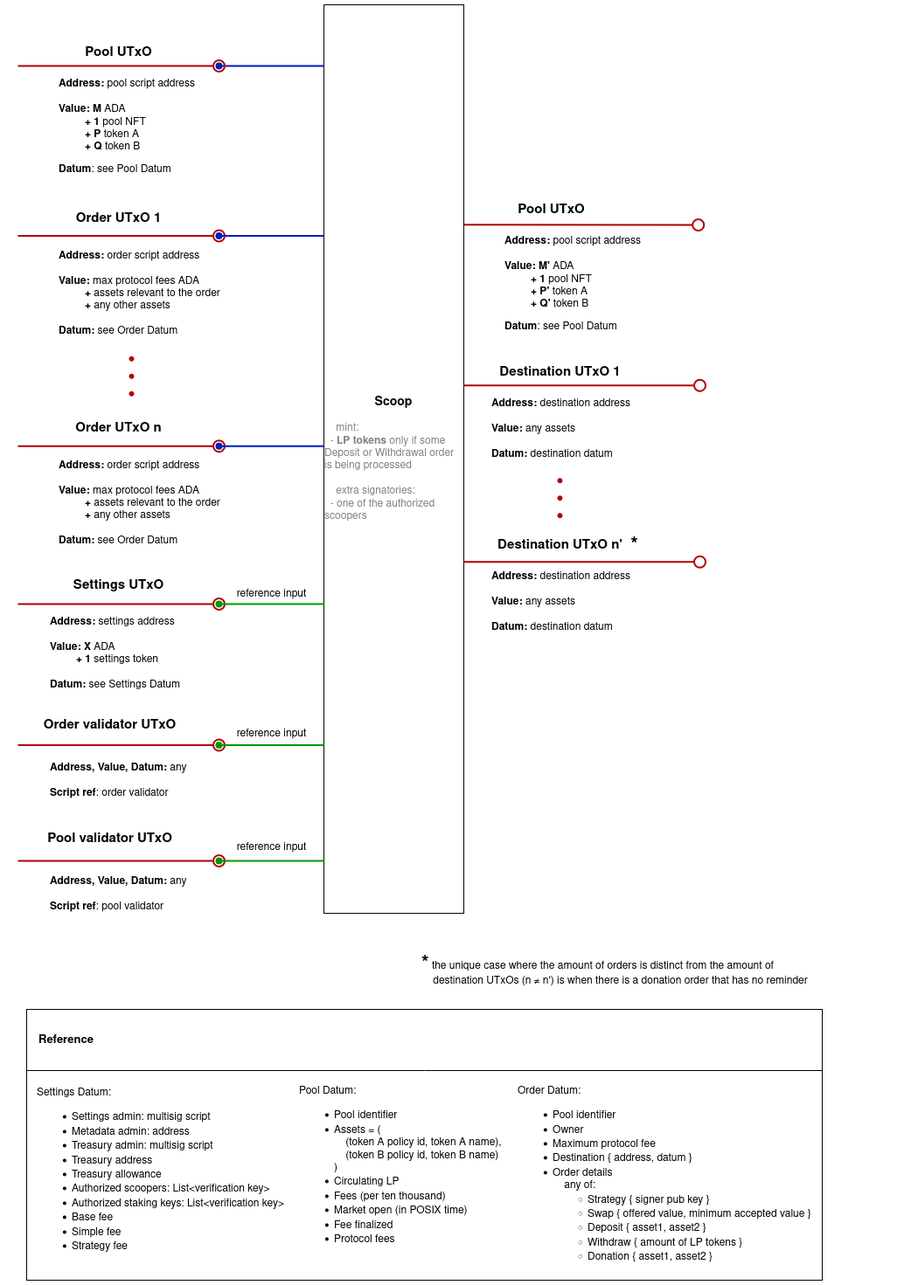
Above: src/img/scoop.png in txpipe-shop/sundae-swap (draw.io), before the change. Source tidied: cells renumbered, new cells last; positions are measured from the earlier drawing's top-left corner, leaving out a move shared by most shapes.
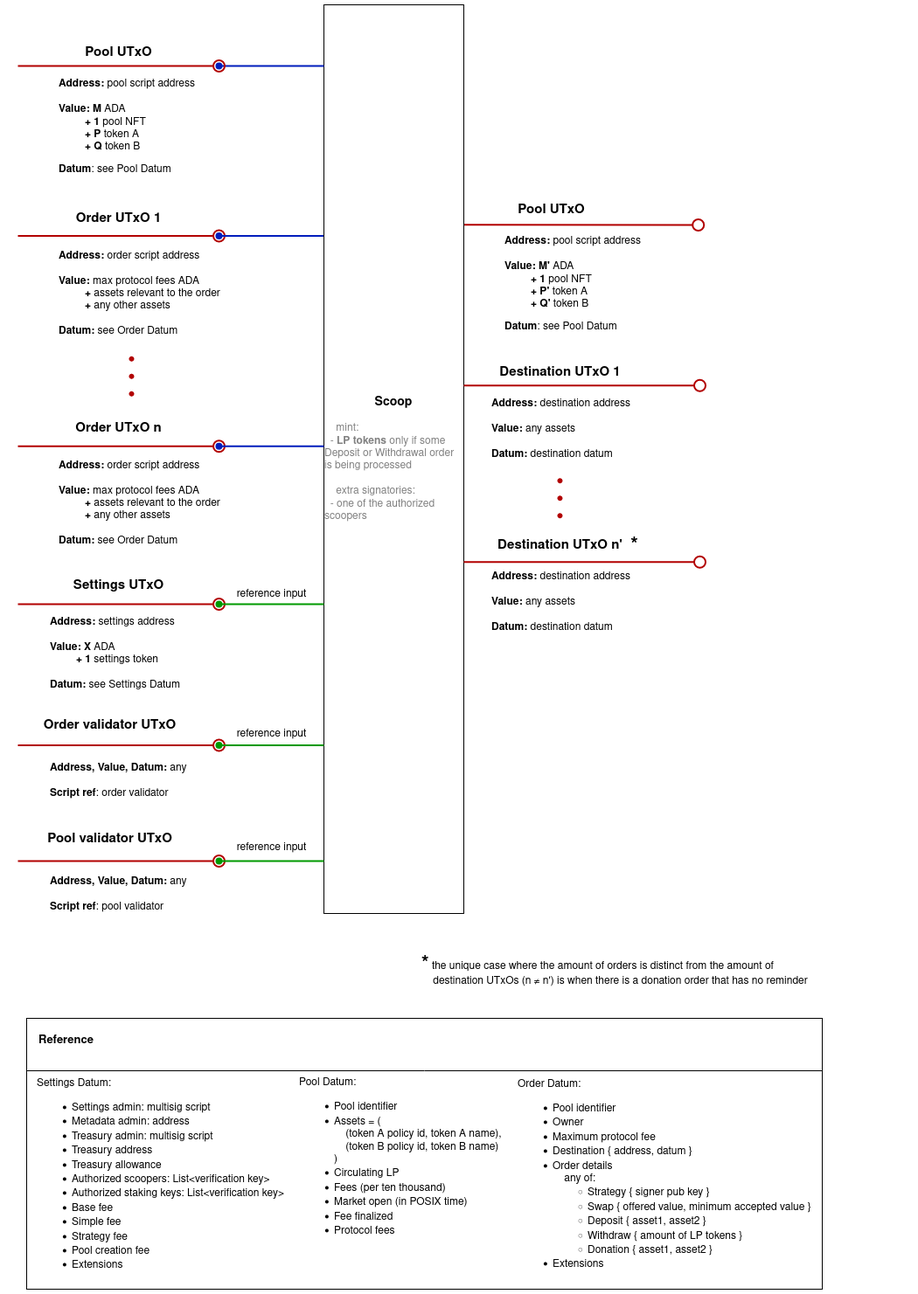
The same file after the commit.

The edit, as a diff of the source:
```diff
@@ -68,8 +68,8 @@
     <mxCell id="17" value="reference input" style="text;html=1;align=center;verticalAlign=middle;strokeColor=none;fillColor=none;" parent="1" vertex="1">
       <mxGeometry x="240" y="660" width="100" height="30" as="geometry" />
     </mxCell>
-    <mxCell id="18" value="Settings Datum:&lt;div align=&quot;left&quot;&gt;&lt;ul&gt;&lt;li&gt;Settings admin: multisig script&lt;br&gt;&lt;/li&gt;&lt;li&gt;Metadata admin: address&lt;/li&gt;&lt;li&gt;Treasury admin: multisig script&lt;/li&gt;&lt;li&gt;Treasury address&lt;/li&gt;&lt;li&gt;Treasury allowance&lt;/li&gt;&lt;li&gt;Authorized scoopers: List&amp;lt;verification key&amp;gt;&lt;/li&gt;&lt;li&gt;Authorized staking keys: List&amp;lt;verification key&amp;gt;&lt;/li&gt;&lt;li&gt;Base fee&lt;/li&gt;&lt;li&gt;Simple fee&lt;/li&gt;&lt;li&gt;Strategy fee&lt;/li&gt;&lt;/ul&gt;&lt;/div&gt;" style="text;html=1;align=left;verticalAlign=middle;strokeColor=none;fillColor=none;" parent="1" vertex="1">
-      <mxGeometry x="20" y="1230" width="310" height="220" as="geometry" />
+    <mxCell id="18" value="Settings Datum:&lt;div align=&quot;left&quot;&gt;&lt;ul&gt;&lt;li&gt;Settings admin: multisig script&lt;br&gt;&lt;/li&gt;&lt;li&gt;Metadata admin: address&lt;/li&gt;&lt;li&gt;Treasury admin: multisig script&lt;/li&gt;&lt;li&gt;Treasury address&lt;/li&gt;&lt;li&gt;Treasury allowance&lt;/li&gt;&lt;li&gt;Authorized scoopers: List&amp;lt;verification key&amp;gt;&lt;/li&gt;&lt;li&gt;Authorized staking keys: List&amp;lt;verification key&amp;gt;&lt;/li&gt;&lt;li&gt;Base fee&lt;/li&gt;&lt;li&gt;Simple fee&lt;/li&gt;&lt;li&gt;Strategy fee&lt;/li&gt;&lt;li&gt;Pool creation fee&lt;/li&gt;&lt;li&gt;Extensions&lt;br&gt;&lt;/li&gt;&lt;/ul&gt;&lt;/div&gt;" style="text;html=1;align=left;verticalAlign=middle;strokeColor=none;fillColor=none;" parent="1" vertex="1">
+      <mxGeometry x="20" y="1220" width="310" height="250" as="geometry" />
     </mxCell>
     <mxCell id="19" value="&lt;div&gt;&lt;b&gt;Address: &lt;/b&gt;pool script address&lt;b&gt;&lt;br&gt;&lt;br&gt;Value: M &lt;/b&gt;ADA&lt;b&gt;&lt;br&gt;&amp;nbsp;&amp;nbsp;&amp;nbsp;&amp;nbsp;&amp;nbsp;&amp;nbsp;&amp;nbsp;&amp;nbsp; + 1 &lt;/b&gt;pool NFT&lt;br&gt;&lt;/div&gt;&lt;div&gt;&lt;b&gt;&amp;nbsp;&amp;nbsp;&amp;nbsp;&amp;nbsp;&amp;nbsp;&amp;nbsp;&amp;nbsp;&amp;nbsp; + &lt;/b&gt;&lt;b&gt;P &lt;/b&gt;token A&lt;br&gt;&lt;/div&gt;&lt;div&gt;&lt;b&gt;&amp;nbsp;&amp;nbsp;&amp;nbsp;&amp;nbsp;&amp;nbsp;&amp;nbsp;&amp;nbsp;&amp;nbsp; + Q &lt;/b&gt;token B&lt;br&gt;&lt;/div&gt;&lt;div&gt;&lt;p style=&quot;line-height: 100%;&quot;&gt;&lt;b&gt;Datum&lt;/b&gt;: see Pool Datum&lt;br&gt;&lt;/p&gt;&lt;ul style=&quot;line-height: 80%;&quot;&gt;&lt;br&gt;&lt;br&gt;&lt;/ul&gt;&lt;/div&gt;" style="text;html=1;strokeColor=none;fillColor=none;align=left;verticalAlign=middle;whiteSpace=wrap;rounded=0;" parent="1" vertex="1">
       <mxGeometry x="45" y="140" width="470" height="41" as="geometry" />
@@ -114,7 +114,7 @@
       <mxGeometry x="55" y="470" width="120" height="30" as="geometry" />
     </mxCell>
     <mxCell id="29" value="&lt;div align=&quot;left&quot;&gt;Pool Datum:&lt;/div&gt;&lt;div align=&quot;left&quot;&gt;&lt;ul&gt;&lt;li&gt;Pool identifier&lt;br&gt;&lt;/li&gt;&lt;li&gt;Assets = (&lt;br&gt;&amp;nbsp;&amp;nbsp;&amp;nbsp; (token A policy id, token A name),&lt;br&gt;&amp;nbsp;&amp;nbsp;&amp;nbsp; (token B policy id, token B name)&lt;br&gt;)&lt;br&gt;&lt;/li&gt;&lt;li&gt;Circulating LP&lt;br&gt;&lt;/li&gt;&lt;li&gt;Fees (per ten thousand)&lt;br&gt;&lt;/li&gt;&lt;li&gt;Market open (in POSIX time)&lt;br&gt;&lt;/li&gt;&lt;li&gt;Fee finalized&lt;br&gt;&lt;/li&gt;&lt;li&gt;Protocol fees&lt;/li&gt;&lt;/ul&gt;&lt;/div&gt;" style="text;html=1;align=left;verticalAlign=middle;strokeColor=none;fillColor=none;" parent="1" vertex="1">
-      <mxGeometry x="320" y="1230" width="260" height="210" as="geometry" />
+      <mxGeometry x="320" y="1220" width="260" height="210" as="geometry" />
     </mxCell>
     <mxCell id="30" value="&lt;div&gt;&lt;b&gt;Address: &lt;/b&gt;order script address&lt;b&gt;&lt;br&gt;&lt;br&gt;Value: &lt;/b&gt;max protocol fees&lt;b&gt; &lt;/b&gt;ADA&lt;/div&gt;&lt;div&gt;&lt;b&gt;&amp;nbsp;&amp;nbsp;&amp;nbsp;&amp;nbsp;&amp;nbsp;&amp;nbsp;&amp;nbsp;&amp;nbsp; + &lt;/b&gt;assets relevant to the order&lt;b&gt;&lt;br&gt;&lt;/b&gt;&lt;/div&gt;&lt;b&gt;&amp;nbsp;&amp;nbsp;&amp;nbsp;&amp;nbsp;&amp;nbsp;&amp;nbsp;&amp;nbsp;&amp;nbsp; + &lt;/b&gt;any other assets&lt;br&gt;&lt;br&gt;&lt;b&gt;Datum:&lt;/b&gt; see Order Datum" style="text;html=1;strokeColor=none;fillColor=none;align=left;verticalAlign=middle;whiteSpace=wrap;rounded=0;" parent="1" vertex="1">
       <mxGeometry x="45" y="550" width="315" height="41" as="geometry" />
@@ -146,14 +146,14 @@
     <mxCell id="38" value="&lt;div align=&quot;left&quot;&gt;&lt;font size=&quot;1&quot;&gt;&lt;b style=&quot;font-size: 22px;&quot;&gt;*&lt;/b&gt;&lt;/font&gt; the unique case where the amount of orders is distinct from the amount of&lt;br&gt;&amp;nbsp;&amp;nbsp;&amp;nbsp; destination UTxOs (n&amp;nbsp;≠ n') is when there is a donation order that has no reminder&lt;br&gt;&lt;/div&gt;" style="text;html=1;align=left;verticalAlign=middle;strokeColor=none;fillColor=none;" parent="1" vertex="1">
       <mxGeometry x="460" y="1080" width="470" height="50" as="geometry" />
     </mxCell>
-    <mxCell id="39" value="&lt;div align=&quot;left&quot;&gt;Order Datum:&lt;br&gt;&lt;ul&gt;&lt;li&gt;Pool identifier&lt;br&gt;&lt;/li&gt;&lt;li&gt;Owner&lt;/li&gt;&lt;li&gt;Maximum protocol fee&lt;br&gt;&lt;/li&gt;&lt;li&gt;Destination { address, datum }&lt;br&gt;&lt;/li&gt;&lt;li&gt;Order details&lt;br&gt;&amp;nbsp;&amp;nbsp;&amp;nbsp; any of:&lt;br&gt;&lt;/li&gt;&lt;ul&gt;&lt;li&gt;Strategy { signer pub key }&lt;/li&gt;&lt;li&gt;Swap { offered value, minimum accepted value }&lt;/li&gt;&lt;li&gt;Deposit { asset1, asset2 }&lt;/li&gt;&lt;li&gt;Withdraw { amount of LP tokens }&lt;/li&gt;&lt;li&gt;Donation { asset1, asset2 }&lt;/li&gt;&lt;/ul&gt;&lt;/ul&gt;&lt;/div&gt;" style="text;html=1;align=left;verticalAlign=middle;strokeColor=none;fillColor=none;" parent="1" vertex="1">
-      <mxGeometry x="570" y="1230" width="360" height="230" as="geometry" />
+    <mxCell id="39" value="&lt;div align=&quot;left&quot;&gt;Order Datum:&lt;br&gt;&lt;ul&gt;&lt;li&gt;Pool identifier&lt;br&gt;&lt;/li&gt;&lt;li&gt;Owner&lt;/li&gt;&lt;li&gt;Maximum protocol fee&lt;br&gt;&lt;/li&gt;&lt;li&gt;Destination { address, datum }&lt;br&gt;&lt;/li&gt;&lt;li&gt;Order details&lt;br&gt;&amp;nbsp;&amp;nbsp;&amp;nbsp; any of:&lt;br&gt;&lt;/li&gt;&lt;ul&gt;&lt;li&gt;Strategy { signer pub key }&lt;/li&gt;&lt;li&gt;Swap { offered value, minimum accepted value }&lt;/li&gt;&lt;li&gt;Deposit { asset1, asset2 }&lt;/li&gt;&lt;li&gt;Withdraw { amount of LP tokens }&lt;/li&gt;&lt;li&gt;Donation { asset1, asset2 }&lt;/li&gt;&lt;/ul&gt;&lt;li&gt;Extensions&lt;br&gt;&lt;/li&gt;&lt;/ul&gt;&lt;/div&gt;" style="text;html=1;align=left;verticalAlign=middle;strokeColor=none;fillColor=none;" parent="1" vertex="1">
+      <mxGeometry x="570" y="1225" width="360" height="240" as="geometry" />
     </mxCell>
     <mxCell id="40" value="&lt;font style=&quot;font-size: 13px;&quot;&gt;&lt;b&gt;Reference&lt;/b&gt;&lt;/font&gt;" style="text;html=1;align=center;verticalAlign=middle;strokeColor=none;fillColor=none;" parent="1" vertex="1">
       <mxGeometry x="10" y="1170" width="90" height="30" as="geometry" />
     </mxCell>
     <mxCell id="41" style="rounded=0;whiteSpace=wrap;html=1;glass=0;shadow=0;fillColor=none;" parent="1" vertex="1">
-      <mxGeometry x="10" y="1150" width="910" height="310" as="geometry" />
+      <mxGeometry x="10" y="1160" width="910" height="310" as="geometry" />
     </mxCell>
     <mxCell id="42" style="endArrow=none;html=1;rounded=0;" parent="1" edge="1">
       <mxGeometry relative="1" as="geometry">
```
